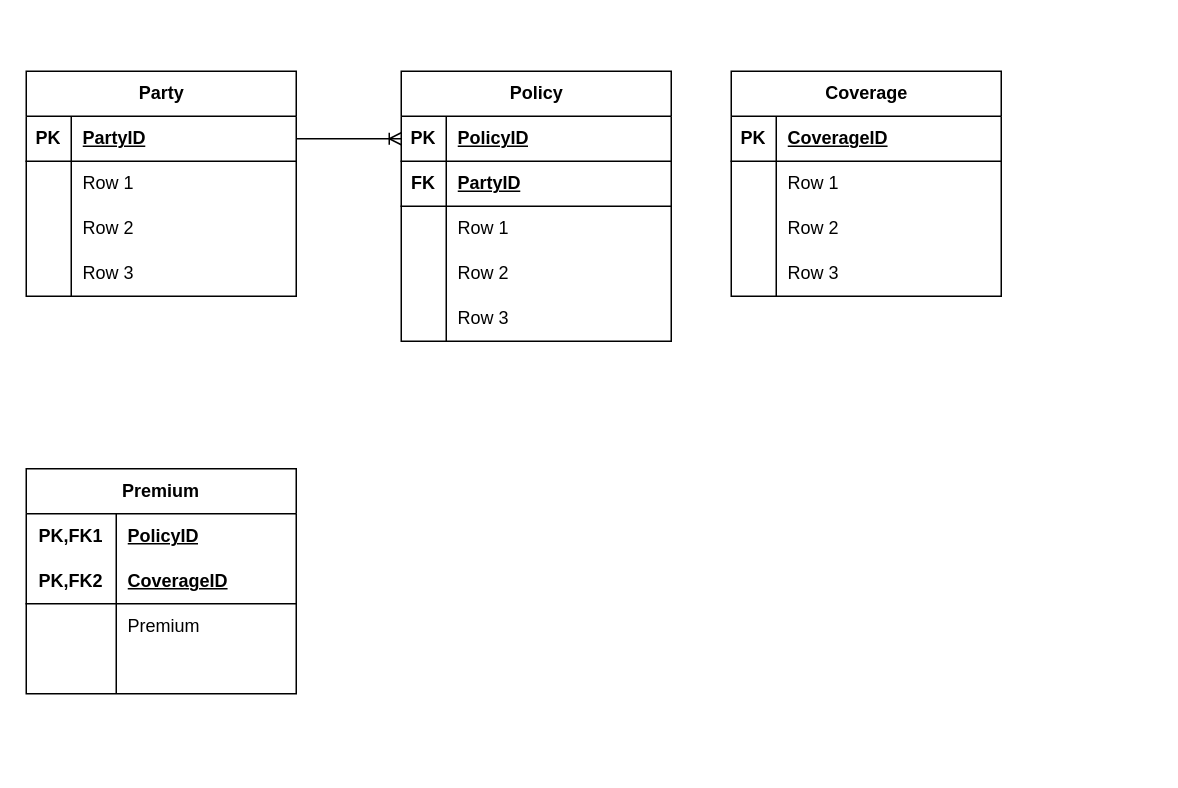
This is ER-Diagrams/Insurance.drawio from smoothcoderrr/KT-SQL-DA, a draw.io file, before an edit. Source tidied: cells renumbered, new cells numbered last; positions are measured from the earlier drawing's top-left corner, leaving out a move shared by most shapes. Both pictures are drawn from the tidied source at 150%, with x=0, y=0 at pixel (26, 70).
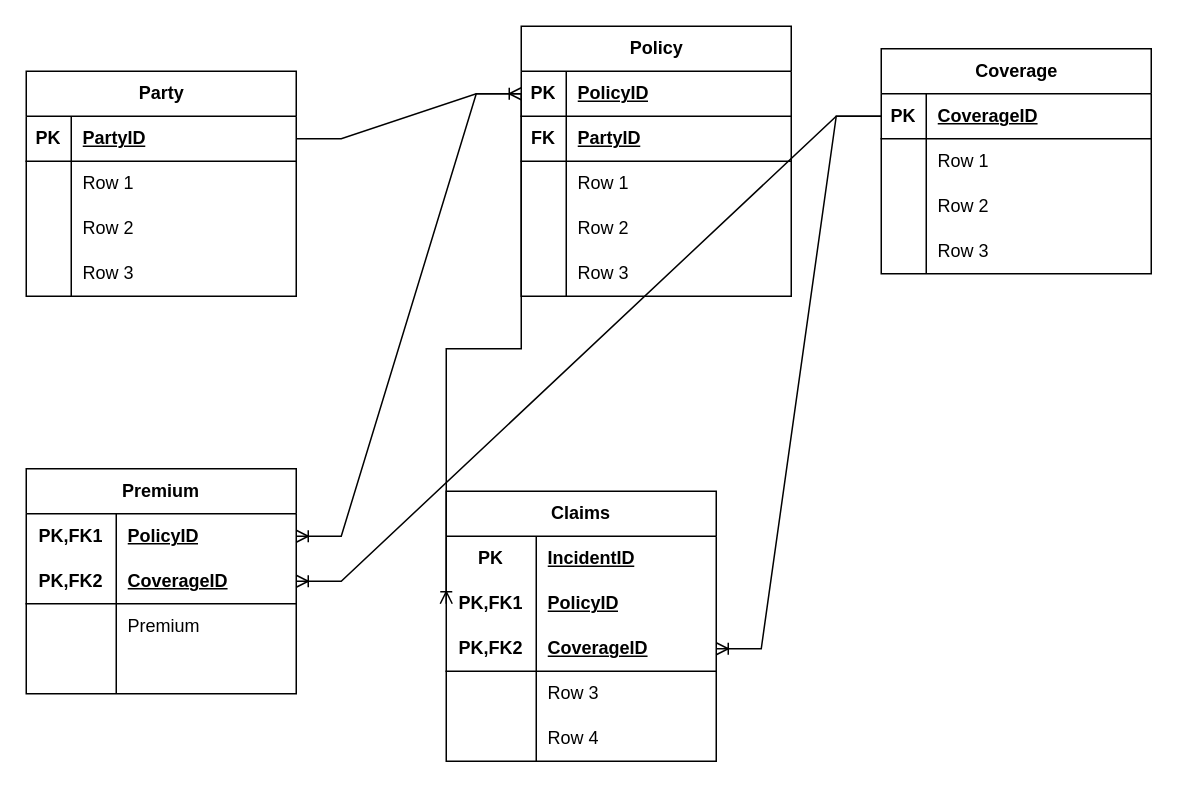
The same diagram, later.

Unchanged cells that the change refers to:
```xml
<mxCell id="16" style="shape=tableRow;horizontal=0;startSize=0;swimlaneHead=0;swimlaneBody=0;fillColor=none;points=[[0,0.5],[1,0.5]];portConstraint=eastwest;top=0;left=0;right=0;bottom=1;" parent="15" vertex="1">
  <mxGeometry y="30" width="180" height="30" as="geometry" />
</mxCell>
<mxCell id="33" style="shape=tableRow;horizontal=0;startSize=0;swimlaneHead=0;swimlaneBody=0;fillColor=none;points=[[0,0.5],[1,0.5]];portConstraint=eastwest;top=0;left=0;right=0;bottom=1;" parent="32" vertex="1">
  <mxGeometry y="30" width="180" height="30" as="geometry" />
</mxCell>
<mxCell id="46" style="shape=tableRow;horizontal=0;startSize=0;swimlaneHead=0;swimlaneBody=0;fillColor=none;points=[[0,0.5],[1,0.5]];portConstraint=eastwest;top=0;left=0;right=0;bottom=0;html=1;" parent="45" vertex="1">
  <mxGeometry y="30" width="180" height="30" as="geometry" />
</mxCell>
<mxCell id="49" style="shape=tableRow;horizontal=0;startSize=0;swimlaneHead=0;swimlaneBody=0;fillColor=none;points=[[0,0.5],[1,0.5]];portConstraint=eastwest;top=0;left=0;right=0;bottom=1;html=1;" parent="45" vertex="1">
  <mxGeometry y="60" width="180" height="30" as="geometry" />
</mxCell>
```

The edit, as a diff of the source:
```diff
@@
     <mxCell id="15" value="Policy" style="shape=table;startSize=30;childLayout=tableLayout;rowLines=0;fontStyle=1;align=center;html=1;" parent="1" vertex="1">
-      <mxGeometry x="250" width="180" height="180" as="geometry" />
+      <mxGeometry x="330" y="-30" width="180" height="180" as="geometry" />
     </mxCell>
@@
     <mxCell id="32" value="Coverage" style="shape=table;startSize=30;childLayout=tableLayout;rowLines=0;fontStyle=1;align=center;html=1;" parent="1" vertex="1">
-      <mxGeometry x="470" width="180" height="150" as="geometry" />
+      <mxGeometry x="570" y="-15" width="180" height="150" as="geometry" />
     </mxCell>
@@
+    <mxCell id="58" style="edgeStyle=entityRelationEdgeStyle;fontSize=12;html=1;endArrow=ERoneToMany;rounded=0;exitX=0;exitY=0.5;exitDx=0;exitDy=0;entryX=1;entryY=0.5;entryDx=0;entryDy=0;" parent="1" edge="1" source="33" target="49">
+      <mxGeometry relative="1" as="geometry" />
+    </mxCell>
+    <mxCell id="59" style="edgeStyle=entityRelationEdgeStyle;fontSize=12;html=1;endArrow=ERoneToMany;rounded=0;entryX=1;entryY=0.5;entryDx=0;entryDy=0;exitX=0;exitY=0.5;exitDx=0;exitDy=0;" parent="1" edge="1" source="16" target="46">
+      <mxGeometry relative="1" as="geometry">
+        <Array as="points">
+          <mxPoint x="170" y="190" />
+          <mxPoint x="150" y="190" />
+        </Array>
+      </mxGeometry>
+    </mxCell>
+    <mxCell id="60" value="Claims" style="shape=table;startSize=30;childLayout=tableLayout;rowLines=0;fontStyle=1;align=center;html=1;whiteSpace=wrap;" parent="1" vertex="1">
+      <mxGeometry x="280" y="280" width="180" height="180" as="geometry" />
+    </mxCell>
+    <mxCell id="61" style="shape=tableRow;horizontal=0;startSize=0;swimlaneHead=0;swimlaneBody=0;fillColor=none;top=0;left=0;right=0;bottom=0;html=1;" parent="60" vertex="1">
+      <mxGeometry y="30" width="180" height="30" as="geometry" />
+    </mxCell>
+    <mxCell id="62" value="PK" style="shape=partialRectangle;fillColor=none;top=0;left=0;bottom=0;right=0;fontStyle=1;overflow=hidden;html=1;whiteSpace=wrap;" parent="61" vertex="1">
+      <mxGeometry width="60" height="30" as="geometry" />
+    </mxCell>
+    <mxCell id="63" value="IncidentID" style="shape=partialRectangle;fillColor=none;top=0;left=0;bottom=0;right=0;align=left;spacingLeft=6;fontStyle=5;overflow=hidden;html=1;whiteSpace=wrap;" parent="61" vertex="1">
+      <mxGeometry x="60" width="120" height="30" as="geometry" />
+    </mxCell>
+    <mxCell id="64" style="shape=tableRow;horizontal=0;startSize=0;swimlaneHead=0;swimlaneBody=0;fillColor=none;points=[[0,0.5],[1,0.5]];portConstraint=eastwest;top=0;left=0;right=0;bottom=0;html=1;" parent="60" vertex="1">
+      <mxGeometry y="60" width="180" height="30" as="geometry" />
+    </mxCell>
+    <mxCell id="65" value="PK,FK1" style="shape=partialRectangle;fillColor=none;top=0;left=0;bottom=0;right=0;fontStyle=1;overflow=hidden;html=1;whiteSpace=wrap;" parent="64" vertex="1">
+      <mxGeometry width="60" height="30" as="geometry" />
+    </mxCell>
+    <mxCell id="66" value="PolicyID" style="shape=partialRectangle;fillColor=none;top=0;left=0;bottom=0;right=0;align=left;spacingLeft=6;fontStyle=5;overflow=hidden;html=1;whiteSpace=wrap;" parent="64" vertex="1">
+      <mxGeometry x="60" width="120" height="30" as="geometry" />
+    </mxCell>
+    <mxCell id="67" style="shape=tableRow;horizontal=0;startSize=0;swimlaneHead=0;swimlaneBody=0;fillColor=none;points=[[0,0.5],[1,0.5]];portConstraint=eastwest;top=0;left=0;right=0;bottom=1;html=1;" parent="60" vertex="1">
+      <mxGeometry y="90" width="180" height="30" as="geometry" />
+    </mxCell>
+    <mxCell id="68" value="PK,FK2" style="shape=partialRectangle;fillColor=none;top=0;left=0;bottom=0;right=0;fontStyle=1;overflow=hidden;html=1;whiteSpace=wrap;" parent="67" vertex="1">
+      <mxGeometry width="60" height="30" as="geometry" />
+    </mxCell>
+    <mxCell id="69" value="CoverageID" style="shape=partialRectangle;fillColor=none;top=0;left=0;bottom=0;right=0;align=left;spacingLeft=6;fontStyle=5;overflow=hidden;html=1;whiteSpace=wrap;" parent="67" vertex="1">
+      <mxGeometry x="60" width="120" height="30" as="geometry" />
+    </mxCell>
+    <mxCell id="70" style="shape=tableRow;horizontal=0;startSize=0;swimlaneHead=0;swimlaneBody=0;fillColor=none;top=0;left=0;right=0;bottom=0;html=1;" parent="60" vertex="1">
+      <mxGeometry y="120" width="180" height="30" as="geometry" />
+    </mxCell>
+    <mxCell id="71" style="shape=partialRectangle;fillColor=none;top=0;left=0;bottom=0;right=0;overflow=hidden;html=1;whiteSpace=wrap;" parent="70" vertex="1">
+      <mxGeometry width="60" height="30" as="geometry" />
+    </mxCell>
+    <mxCell id="72" value="Row 3" style="shape=partialRectangle;fillColor=none;top=0;left=0;bottom=0;right=0;align=left;spacingLeft=6;overflow=hidden;html=1;whiteSpace=wrap;" parent="70" vertex="1">
+      <mxGeometry x="60" width="120" height="30" as="geometry" />
+    </mxCell>
+    <mxCell id="73" style="shape=tableRow;horizontal=0;startSize=0;swimlaneHead=0;swimlaneBody=0;fillColor=none;top=0;left=0;right=0;bottom=0;html=1;" parent="60" vertex="1">
+      <mxGeometry y="150" width="180" height="30" as="geometry" />
+    </mxCell>
+    <mxCell id="74" style="shape=partialRectangle;fillColor=none;top=0;left=0;bottom=0;right=0;overflow=hidden;html=1;whiteSpace=wrap;" parent="73" vertex="1">
+      <mxGeometry width="60" height="30" as="geometry" />
+    </mxCell>
+    <mxCell id="75" value="Row 4" style="shape=partialRectangle;fillColor=none;top=0;left=0;bottom=0;right=0;align=left;spacingLeft=6;overflow=hidden;html=1;whiteSpace=wrap;" parent="73" vertex="1">
+      <mxGeometry x="60" width="120" height="30" as="geometry" />
+    </mxCell>
+    <mxCell id="76" style="edgeStyle=elbowEdgeStyle;fontSize=12;html=1;endArrow=ERoneToMany;rounded=0;entryX=0;entryY=0.5;entryDx=0;entryDy=0;exitX=0;exitY=0.5;exitDx=0;exitDy=0;elbow=vertical;" parent="1" edge="1" source="16" target="64">
+      <mxGeometry relative="1" as="geometry" />
+    </mxCell>
+    <mxCell id="77" style="edgeStyle=entityRelationEdgeStyle;fontSize=12;html=1;endArrow=ERoneToMany;rounded=0;exitX=0;exitY=0.5;exitDx=0;exitDy=0;entryX=1;entryY=0.5;entryDx=0;entryDy=0;" parent="1" edge="1" source="33" target="67">
+      <mxGeometry relative="1" as="geometry">
+        <Array as="points">
+          <mxPoint x="590" y="220" />
+        </Array>
+      </mxGeometry>
+    </mxCell>
```
